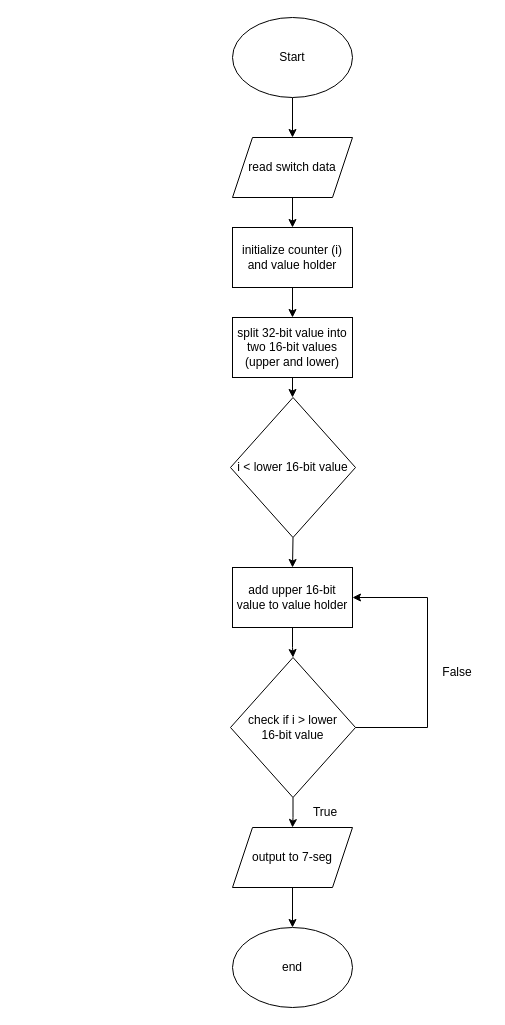
psp-player/CPE233 keeps this draw.io diagram as CPE233.drawio. Above is the earlier version. Source tidied: cells renumbered, new cells numbered last; positions are measured from the earlier drawing's top-left corner, leaving out a move shared by most shapes. Both pictures are drawn from the tidied source at 100%, with x=0, y=0 at pixel (230, 17).
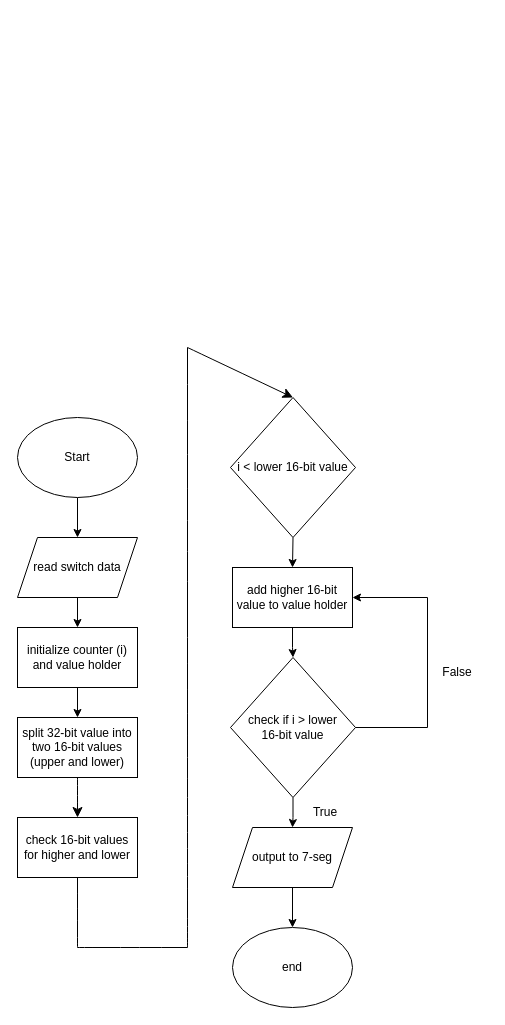
Above is the later version.

The change refers to these unchanged cells:
```xml
<mxCell id="9" value="i &amp;lt; lower 16-bit value" style="rhombus;whiteSpace=wrap;html=1;" parent="1" vertex="1">
  <mxGeometry y="380" width="125" height="140" as="geometry" />
</mxCell>
```

What changed in the source:
```diff
@@
     <mxCell id="3" value="Start" style="ellipse;whiteSpace=wrap;html=1;" parent="1" vertex="1">
-      <mxGeometry x="2" width="120" height="80" as="geometry" />
+      <mxGeometry x="-213" y="400" width="120" height="80" as="geometry" />
     </mxCell>
@@
     <mxCell id="5" value="read switch data" style="shape=parallelogram;perimeter=parallelogramPerimeter;whiteSpace=wrap;html=1;fixedSize=1;" parent="1" vertex="1">
-      <mxGeometry x="2" y="120" width="120" height="60" as="geometry" />
+      <mxGeometry x="-213" y="520" width="120" height="60" as="geometry" />
     </mxCell>
-    <mxCell id="6" style="edgeStyle=orthogonalEdgeStyle;rounded=0;jettySize=auto;html=1;entryX=0.5;entryY=0;entryDx=0;entryDy=0;" parent="1" edge="1" source="7" target="9">
-      <mxGeometry relative="1" as="geometry" />
-    </mxCell>
+    <mxCell id="24" style="edgeStyle=none;curved=1;rounded=0;jettySize=auto;html=1;entryX=0.5;entryY=0;entryDx=0;entryDy=0;fontSize=12;startSize=8;endSize=8;" parent="1" edge="1" source="7">
+      <mxGeometry relative="1" as="geometry">
+        <mxPoint x="-153" y="800" as="targetPoint" />
+      </mxGeometry>
+    </mxCell>
     <mxCell id="7" value="split 32-bit value into two 16-bit values (upper and lower)" style="rounded=0;whiteSpace=wrap;html=1;" parent="1" vertex="1">
-      <mxGeometry x="2" y="300" width="120" height="60" as="geometry" />
+      <mxGeometry x="-213" y="700" width="120" height="60" as="geometry" />
     </mxCell>
@@
-    <mxCell id="11" value="add upper 16-bit value to value holder" style="rounded=0;whiteSpace=wrap;html=1;" parent="1" vertex="1">
+    <mxCell id="11" value="add higher 16-bit value to value holder" style="rounded=0;whiteSpace=wrap;html=1;" parent="1" vertex="1">
       <mxGeometry x="2" y="550" width="120" height="60" as="geometry" />
     </mxCell>
@@
     <mxCell id="13" value="initialize counter (i) and value holder" style="rounded=0;whiteSpace=wrap;html=1;" parent="1" vertex="1">
-      <mxGeometry x="2" y="210" width="120" height="60" as="geometry" />
+      <mxGeometry x="-213" y="610" width="120" height="60" as="geometry" />
     </mxCell>
@@
+    <mxCell id="25" value="check 16-bit values for higher and lower" style="rounded=0;whiteSpace=wrap;html=1;" parent="1" vertex="1">
+      <mxGeometry x="-213" y="800" width="120" height="60" as="geometry" />
+    </mxCell>
+    <mxCell id="26" style="endArrow=none;html=1;rounded=0;fontSize=12;startSize=8;endSize=8;curved=1;entryX=0.5;entryY=1;entryDx=0;entryDy=0;" parent="1" edge="1" target="25">
+      <mxGeometry relative="1" as="geometry">
+        <mxPoint x="-153" y="930" as="sourcePoint" />
+      </mxGeometry>
+    </mxCell>
+    <mxCell id="27" style="endArrow=none;html=1;rounded=0;fontSize=12;startSize=8;endSize=8;curved=1;" parent="1" edge="1">
+      <mxGeometry relative="1" as="geometry">
+        <mxPoint x="-153" y="930" as="sourcePoint" />
+        <mxPoint x="-43" y="930" as="targetPoint" />
+      </mxGeometry>
+    </mxCell>
+    <mxCell id="28" style="endArrow=none;html=1;rounded=0;fontSize=12;startSize=8;endSize=8;curved=1;" parent="1" edge="1">
+      <mxGeometry relative="1" as="geometry">
+        <mxPoint x="-43" y="930" as="sourcePoint" />
+        <mxPoint x="-43" y="330" as="targetPoint" />
+      </mxGeometry>
+    </mxCell>
+    <mxCell id="29" style="endArrow=classic;html=1;rounded=0;fontSize=12;startSize=8;endSize=8;curved=1;entryX=0.5;entryY=0;entryDx=0;entryDy=0;" parent="1" edge="1" target="9">
+      <mxGeometry relative="1" as="geometry">
+        <mxPoint x="-43" y="330" as="sourcePoint" />
+      </mxGeometry>
+    </mxCell>
```
